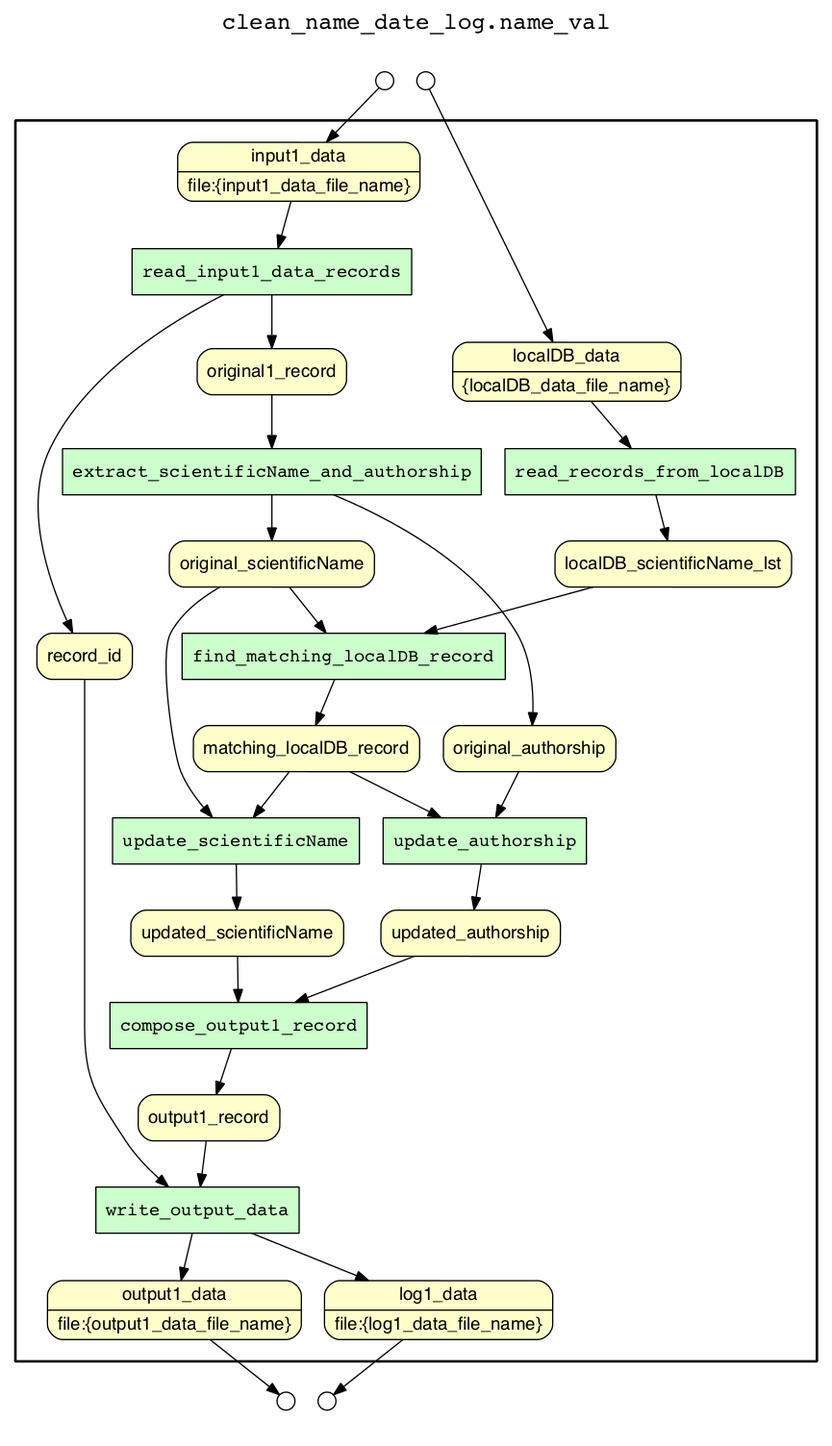
Above: yw/subgraph_name_val.png in ludaesch/kurator-YW (Graphviz), before the change. Its source is kept beside it as yw/subgraph_name_val.gv. Its diagram source:
```dot
digraph Workflow {
rankdir=TB
fontname=Courier; fontsize=18; labelloc=t
label="clean_name_date_log.name_val"
subgraph cluster_workflow_box_outer { label=""; color=black; penwidth=2
subgraph cluster_workflow_box_inner { label=""; color=white
node[shape=box style=filled fillcolor="#CCFFCC" peripheries=1 fontname=Courier]
read_records_from_localDB
read_input1_data_records
extract_scientificName_and_authorship
find_matching_localDB_record
update_scientificName
update_authorship
compose_output1_record
write_output_data
node[shape=box style="rounded,filled" fillcolor="#FFFFCC" peripheries=1 fontname=Helvetica]
output1_data [shape=record rankdir=LR label="{<f0> output1_data |<f1> file\:\{output1_data_file_name\}}"];
log1_data [shape=record rankdir=LR label="{<f0> log1_data |<f1> file\:\{log1_data_file_name\}}"];
localDB_data [shape=record rankdir=LR label="{<f0> localDB_data |<f1> \{localDB_data_file_name\}}"];
input1_data [shape=record rankdir=LR label="{<f0> input1_data |<f1> file\:\{input1_data_file_name\}}"];
original1_record
original_scientificName
localDB_scientificName_lst
matching_localDB_record
original_authorship
updated_scientificName
updated_authorship
output1_record
record_id
node[shape=box style="rounded,filled" fillcolor="#FCFCFC" peripheries=1 fontname=Helvetica]
read_records_from_localDB -> localDB_scientificName_lst
localDB_data -> read_records_from_localDB
read_input1_data_records -> original1_record
read_input1_data_records -> record_id
input1_data -> read_input1_data_records
extract_scientificName_and_authorship -> original_scientificName
extract_scientificName_and_authorship -> original_authorship
original1_record -> extract_scientificName_and_authorship
find_matching_localDB_record -> matching_localDB_record
original_scientificName -> find_matching_localDB_record
localDB_scientificName_lst -> find_matching_localDB_record
update_scientificName -> updated_scientificName
original_scientificName -> update_scientificName
matching_localDB_record -> update_scientificName
update_authorship -> updated_authorship
matching_localDB_record -> update_authorship
original_authorship -> update_authorship
compose_output1_record -> output1_record
updated_scientificName -> compose_output1_record
updated_authorship -> compose_output1_record
write_output_data -> output1_data
write_output_data -> log1_data
output1_record -> write_output_data
record_id -> write_output_data
}}
subgraph cluster_input_ports_group_outer { label=""; color=white
subgraph cluster_input_ports_group_inner { label=""; color=white
node[shape=circle style="rounded,filled" fillcolor="#FFFFFF" peripheries=1 fontname=Helvetica width=0.2]
localDB_data_input_port [label=""]
input1_data_input_port [label=""]
}}
subgraph cluster_output_ports_group_outer { label=""; color=white
subgraph cluster_output_ports_group_inner { label=""; color=white
node[shape=circle style="rounded,filled" fillcolor="#FFFFFF" peripheries=1 fontname=Helvetica width=0.2]
output1_data_output_port [label=""]
log1_data_output_port [label=""]
}}
localDB_data_input_port -> localDB_data
input1_data_input_port -> input1_data
output1_data -> output1_data_output_port
log1_data -> log1_data_output_port
}
```
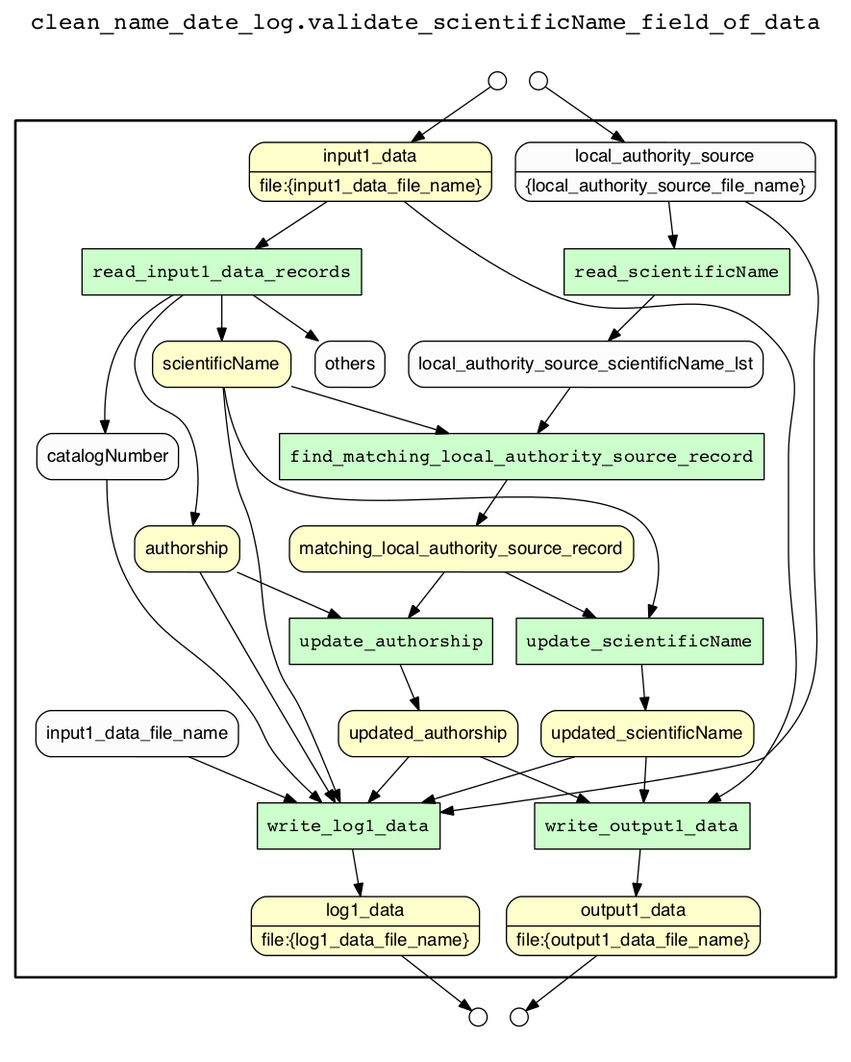
The same diagram one commit later.

What changed in the source:
```diff
@@ -1,62 +1,63 @@
 digraph Workflow {
 rankdir=TB
 fontname=Courier; fontsize=18; labelloc=t
-label="clean_name_date_log.name_val"
+label="clean_name_date_log.validate_scientificName_field_of_data"
 subgraph cluster_workflow_box_outer { label=""; color=black; penwidth=2
 subgraph cluster_workflow_box_inner { label=""; color=white
 node[shape=box style=filled fillcolor="#CCFFCC" peripheries=1 fontname=Courier]
-read_records_from_localDB
+read_scientificName
 read_input1_data_records
-extract_scientificName_and_authorship
-find_matching_localDB_record
+find_matching_local_authority_source_record
 update_scientificName
 update_authorship
-compose_output1_record
-write_output_data
+write_log1_data
+write_output1_data
 node[shape=box style="rounded,filled" fillcolor="#FFFFCC" peripheries=1 fontname=Helvetica]
 output1_data [shape=record rankdir=LR label="{<f0> output1_data |<f1> file\:\{output1_data_file_name\}}"];
 log1_data [shape=record rankdir=LR label="{<f0> log1_data |<f1> file\:\{log1_data_file_name\}}"];
-localDB_data [shape=record rankdir=LR label="{<f0> localDB_data |<f1> \{localDB_data_file_name\}}"];
 input1_data [shape=record rankdir=LR label="{<f0> input1_data |<f1> file\:\{input1_data_file_name\}}"];
-original1_record
-original_scientificName
-localDB_scientificName_lst
-matching_localDB_record
-original_authorship
+scientificName
+matching_local_authority_source_record
+authorship
 updated_scientificName
 updated_authorship
-output1_record
-record_id
 node[shape=box style="rounded,filled" fillcolor="#FCFCFC" peripheries=1 fontname=Helvetica]
-read_records_from_localDB -> localDB_scientificName_lst
-localDB_data -> read_records_from_localDB
-read_input1_data_records -> original1_record
-read_input1_data_records -> record_id
+local_authority_source [shape=record rankdir=LR label="{<f0> local_authority_source |<f1> \{local_authority_source_file_name\}}"];
+local_authority_source_scientificName_lst
+catalogNumber
+read_scientificName -> local_authority_source_scientificName_lst
+local_authority_source -> read_scientificName
+read_input1_data_records -> scientificName
+read_input1_data_records -> authorship
+read_input1_data_records -> catalogNumber
+read_input1_data_records -> others
 input1_data -> read_input1_data_records
-extract_scientificName_and_authorship -> original_scientificName
-extract_scientificName_and_authorship -> original_authorship
-original1_record -> extract_scientificName_and_authorship
-find_matching_localDB_record -> matching_localDB_record
-original_scientificName -> find_matching_localDB_record
-localDB_scientificName_lst -> find_matching_localDB_record
+find_matching_local_authority_source_record -> matching_local_authority_source_record
+scientificName -> find_matching_local_authority_source_record
+local_authority_source_scientificName_lst -> find_matching_local_authority_source_record
 update_scientificName -> updated_scientificName
-original_scientificName -> update_scientificName
-matching_localDB_record -> update_scientificName
+scientificName -> update_scientificName
+matching_local_authority_source_record -> update_scientificName
 update_authorship -> updated_authorship
-matching_localDB_record -> update_authorship
-original_authorship -> update_authorship
-compose_output1_record -> output1_record
-updated_scientificName -> compose_output1_record
-updated_authorship -> compose_output1_record
-write_output_data -> output1_data
-write_output_data -> log1_data
-output1_record -> write_output_data
-record_id -> write_output_data
+matching_local_authority_source_record -> update_authorship
+authorship -> update_authorship
+write_log1_data -> log1_data
+input1_data_file_name -> write_log1_data
+catalogNumber -> write_log1_data
+local_authority_source -> write_log1_data
+scientificName -> write_log1_data
+authorship -> write_log1_data
+updated_scientificName -> write_log1_data
+updated_authorship -> write_log1_data
+write_output1_data -> output1_data
+input1_data -> write_output1_data
+updated_scientificName -> write_output1_data
+updated_authorship -> write_output1_data
 }}
 subgraph cluster_input_ports_group_outer { label=""; color=white
 subgraph cluster_input_ports_group_inner { label=""; color=white
 node[shape=circle style="rounded,filled" fillcolor="#FFFFFF" peripheries=1 fontname=Helvetica width=0.2]
-localDB_data_input_port [label=""]
+local_authority_source_input_port [label=""]
 input1_data_input_port [label=""]
 }}
 subgraph cluster_output_ports_group_outer { label=""; color=white
@@ -65,7 +66,7 @@
 output1_data_output_port [label=""]
 log1_data_output_port [label=""]
 }}
-localDB_data_input_port -> localDB_data
+local_authority_source_input_port -> local_authority_source
 input1_data_input_port -> input1_data
 output1_data -> output1_data_output_port
 log1_data -> log1_data_output_port
```
